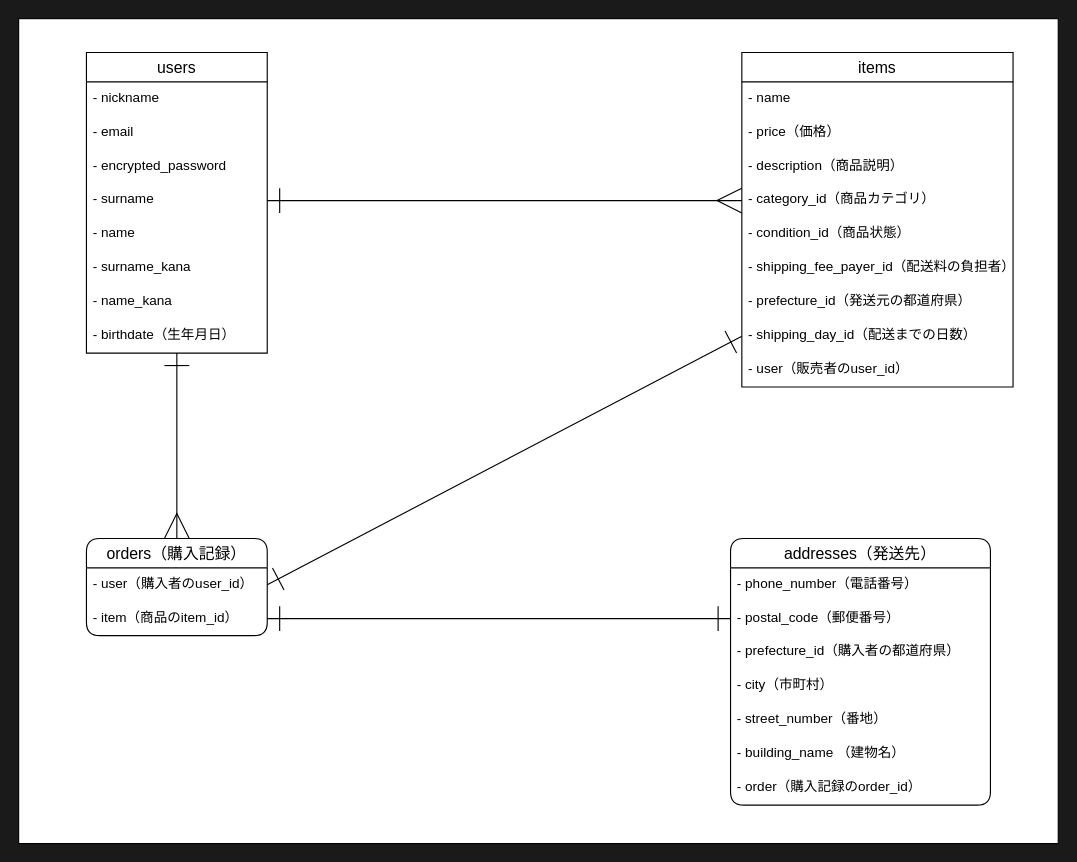
This is furima-41566.dio from Sasagamo/furima-41566, a draw.io file, before an edit. Source tidied: cells renumbered, new cells numbered last; positions are measured from the earlier drawing's top-left corner, leaving out a move shared by most shapes. Both pictures are drawn from the tidied source at 113%, with x=0, y=0 at pixel (18, 18).
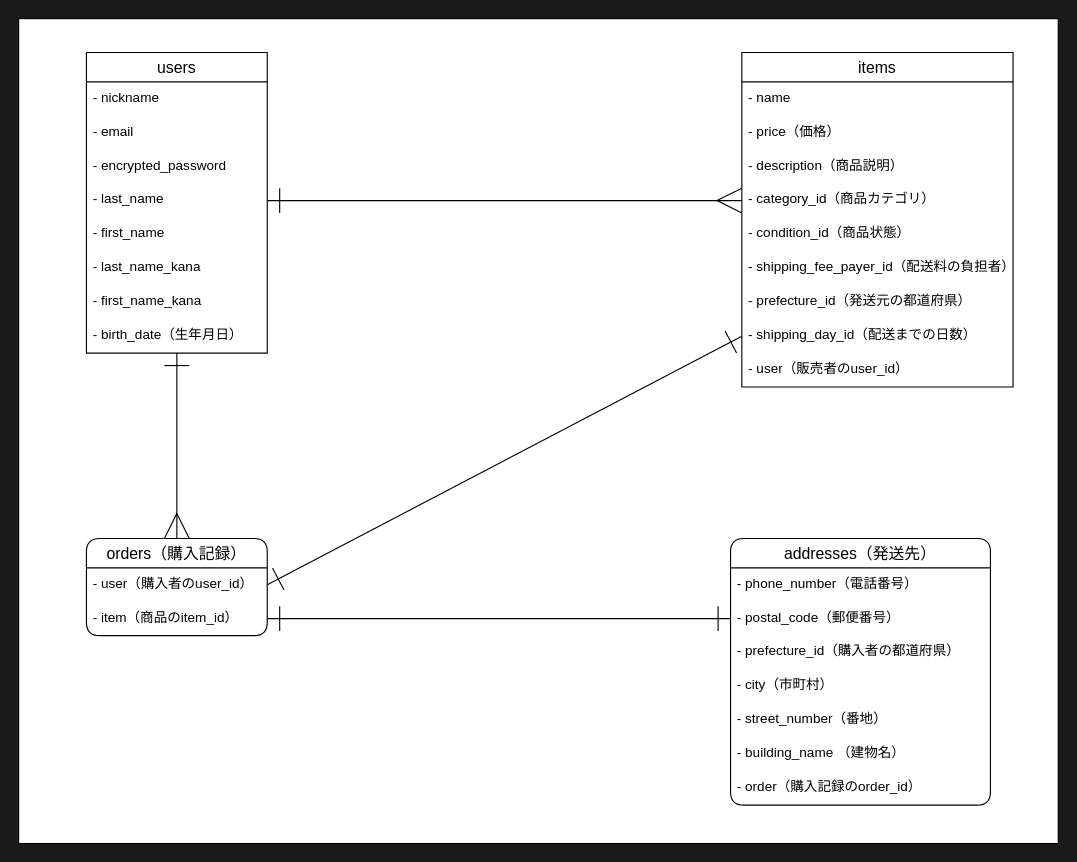
After the change.

Unchanged cells that the change refers to:
```xml
<mxCell id="3" value="users" style="swimlane;fontStyle=0;horizontal=1;startSize=26;align=center;fontSize=14;" parent="1" vertex="1">
  <mxGeometry x="60" y="30" width="160" height="266" as="geometry" />
</mxCell>
```

The edit, as a diff of the source:
```diff
@@
-    <mxCell id="7" value="- surname" style="text;strokeColor=none;fillColor=none;spacingLeft=4;spacingRight=4;overflow=hidden;points=[[0,0.5],[1,0.5]];portConstraint=eastwest;fontSize=12;" parent="3" vertex="1">
+    <mxCell id="7" value="- last_name" style="text;strokeColor=none;fillColor=none;spacingLeft=4;spacingRight=4;overflow=hidden;points=[[0,0.5],[1,0.5]];portConstraint=eastwest;fontSize=12;" parent="3" vertex="1">
       <mxGeometry y="116" width="160" height="30" as="geometry" />
     </mxCell>
-    <mxCell id="8" value="- name" style="text;strokeColor=none;fillColor=none;spacingLeft=4;spacingRight=4;overflow=hidden;fontSize=12;" parent="3" vertex="1">
+    <mxCell id="8" value="- first_name" style="text;strokeColor=none;fillColor=none;spacingLeft=4;spacingRight=4;overflow=hidden;fontSize=12;" parent="3" vertex="1">
       <mxGeometry y="146" width="160" height="30" as="geometry" />
     </mxCell>
-    <mxCell id="9" value="- surname_kana" style="text;strokeColor=none;fillColor=none;spacingLeft=4;spacingRight=4;overflow=hidden;fontSize=12;" parent="3" vertex="1">
+    <mxCell id="9" value="- last_name_kana" style="text;strokeColor=none;fillColor=none;spacingLeft=4;spacingRight=4;overflow=hidden;fontSize=12;" parent="3" vertex="1">
       <mxGeometry y="176" width="160" height="30" as="geometry" />
     </mxCell>
-    <mxCell id="10" value="- name_kana" style="text;strokeColor=none;fillColor=none;spacingLeft=4;spacingRight=4;overflow=hidden;fontSize=12;" parent="3" vertex="1">
+    <mxCell id="10" value="- first_name_kana" style="text;strokeColor=none;fillColor=none;spacingLeft=4;spacingRight=4;overflow=hidden;fontSize=12;" parent="3" vertex="1">
       <mxGeometry y="206" width="160" height="30" as="geometry" />
     </mxCell>
-    <mxCell id="11" value="- birthdate（生年月日）" style="text;strokeColor=none;fillColor=none;spacingLeft=4;spacingRight=4;overflow=hidden;points=[[0,0.5],[1,0.5]];portConstraint=eastwest;fontSize=12;" parent="3" vertex="1">
+    <mxCell id="11" value="- birth_date（生年月日）" style="text;strokeColor=none;fillColor=none;spacingLeft=4;spacingRight=4;overflow=hidden;points=[[0,0.5],[1,0.5]];portConstraint=eastwest;fontSize=12;" parent="3" vertex="1">
       <mxGeometry y="236" width="160" height="30" as="geometry" />
     </mxCell>
```
